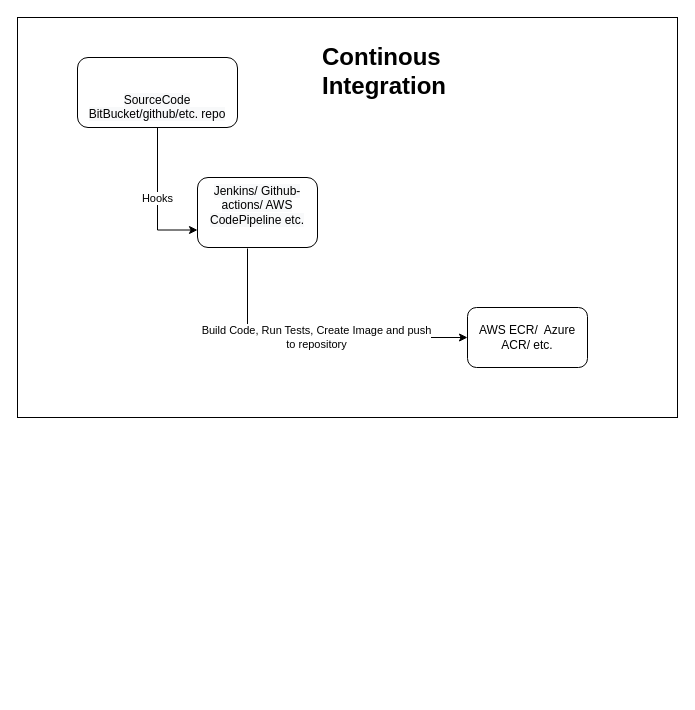
Before: Untitled Diagram.drawio in aryasunny/employee-api, a draw.io diagram. Source tidied: cells renumbered, new cells numbered last; positions are measured from the earlier drawing's top-left corner, leaving out a move shared by most shapes. Both pictures are drawn from the tidied source at 100%, with x=0, y=0 at pixel (17, 17).
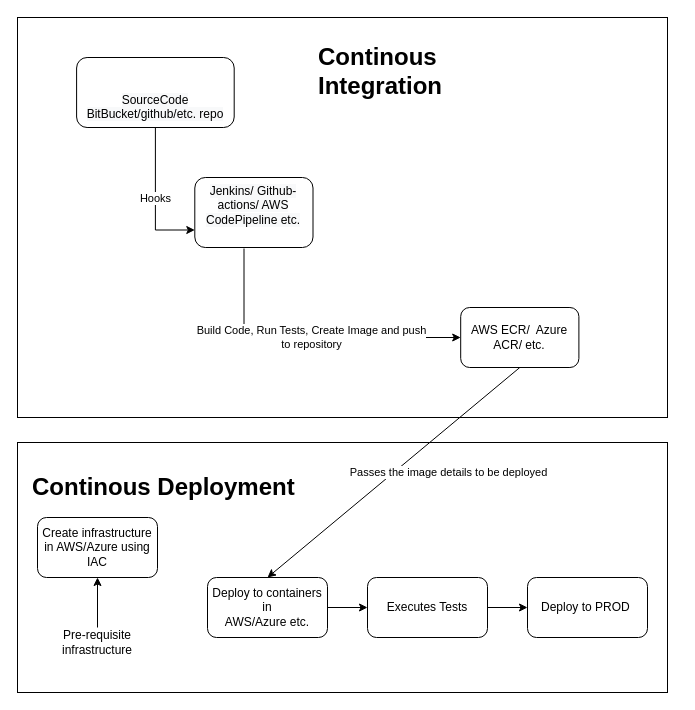
Above is the later version.

What changed in the source:
```diff
@@
+    <mxCell id="11" style="rounded=0;whiteSpace=wrap;html=1;" parent="1" vertex="1">
+      <mxGeometry y="425" width="650" height="250" as="geometry" />
+    </mxCell>
     <mxCell id="2" style="group;" parent="1" vertex="1">
-      <mxGeometry width="660" height="400" as="geometry" />
+      <mxGeometry width="650" height="400" as="geometry" />
     </mxCell>
     <mxCell id="3" style="rounded=0;whiteSpace=wrap;html=1;" parent="2" vertex="1">
-      <mxGeometry width="660" height="400" as="geometry" />
+      <mxGeometry width="650" height="400" as="geometry" />
     </mxCell>
     <mxCell id="4" value="AWS ECR/&amp;nbsp; Azure ACR/ etc." style="rounded=1;whiteSpace=wrap;html=1;" parent="2" vertex="1">
-      <mxGeometry x="450" y="290" width="120" height="60" as="geometry" />
+      <mxGeometry x="443.2" y="290" width="118.2" height="60" as="geometry" />
     </mxCell>
     <mxCell id="5" value="&#10;&lt;span style=&quot;color: rgb(0, 0, 0); font-family: Helvetica; font-size: 12px; font-style: normal; font-variant-ligatures: normal; font-variant-caps: normal; font-weight: 400; letter-spacing: normal; orphans: 2; text-align: center; text-indent: 0px; text-transform: none; widows: 2; word-spacing: 0px; -webkit-text-stroke-width: 0px; background-color: rgb(248, 249, 250); text-decoration-thickness: initial; text-decoration-style: initial; text-decoration-color: initial; float: none; display: inline !important;&quot;&gt;Jenkins/ Github-actions/ AWS CodePipeline etc.&lt;/span&gt;&#10;&#10;" style="rounded=1;whiteSpace=wrap;html=1;" parent="2" vertex="1">
-      <mxGeometry x="180" y="160" width="120" height="70" as="geometry" />
+      <mxGeometry x="177.3" y="160" width="118.2" height="70" as="geometry" />
     </mxCell>
@@
     <mxCell id="7" value="&lt;br&gt;&lt;span style=&quot;color: rgb(0, 0, 0); font-family: Helvetica; font-size: 12px; font-style: normal; font-variant-ligatures: normal; font-variant-caps: normal; font-weight: 400; letter-spacing: normal; orphans: 2; text-align: center; text-indent: 0px; text-transform: none; widows: 2; word-spacing: 0px; -webkit-text-stroke-width: 0px; background-color: rgb(248, 249, 250); text-decoration-thickness: initial; text-decoration-style: initial; text-decoration-color: initial; float: none; display: inline !important;&quot;&gt;&lt;br&gt;SourceCode&lt;/span&gt;&lt;br style=&quot;color: rgb(0, 0, 0); font-family: Helvetica; font-size: 12px; font-style: normal; font-variant-ligatures: normal; font-variant-caps: normal; font-weight: 400; letter-spacing: normal; orphans: 2; text-align: center; text-indent: 0px; text-transform: none; widows: 2; word-spacing: 0px; -webkit-text-stroke-width: 0px; background-color: rgb(248, 249, 250); text-decoration-thickness: initial; text-decoration-style: initial; text-decoration-color: initial;&quot;&gt;&lt;span style=&quot;color: rgb(0, 0, 0); font-family: Helvetica; font-size: 12px; font-style: normal; font-variant-ligatures: normal; font-variant-caps: normal; font-weight: 400; letter-spacing: normal; orphans: 2; text-align: center; text-indent: 0px; text-transform: none; widows: 2; word-spacing: 0px; -webkit-text-stroke-width: 0px; background-color: rgb(248, 249, 250); text-decoration-thickness: initial; text-decoration-style: initial; text-decoration-color: initial; float: none; display: inline !important;&quot;&gt;BitBucket/github/etc. repo&lt;/span&gt;" style="rounded=1;whiteSpace=wrap;html=1;" parent="2" vertex="1">
-      <mxGeometry x="60" y="40" width="160" height="70" as="geometry" />
+      <mxGeometry x="59.1" y="40" width="157.6" height="70" as="geometry" />
     </mxCell>
@@
     <mxCell id="9" value="Build Code, Run Tests, Create Image and push&lt;br&gt;to repository" style="edgeStyle=orthogonalEdgeStyle;rounded=0;jettySize=auto;html=1;entryX=0;entryY=0.5;entryDx=0;entryDy=0;" parent="2" edge="1" target="4">
       <mxGeometry x="0.02" relative="1" as="geometry">
-        <mxPoint x="230" y="231" as="sourcePoint" />
+        <mxPoint x="226.5" y="231" as="sourcePoint" />
         <Array as="points">
-          <mxPoint x="230" y="231" />
-          <mxPoint x="230" y="320" />
-          <mxPoint x="370" y="320" />
+          <mxPoint x="226.5" y="231" />
+          <mxPoint x="226.5" y="320" />
+          <mxPoint x="364.4" y="320" />
         </Array>
       </mxGeometry>
     </mxCell>
     <mxCell id="10" value="&lt;h1&gt;&lt;span style=&quot;background-color: initial;&quot;&gt;Continous Integration&lt;/span&gt;&lt;br&gt;&lt;/h1&gt;" style="text;html=1;strokeColor=none;fillColor=none;spacing=5;spacingTop=-20;whiteSpace=wrap;overflow=hidden;rounded=0;" parent="2" vertex="1">
-      <mxGeometry x="300" y="20" width="190" height="120" as="geometry" />
+      <mxGeometry x="295.5" y="20" width="187.1" height="120" as="geometry" />
     </mxCell>
+    <mxCell id="12" value="Create infrastructure in AWS/Azure using IAC" style="rounded=1;whiteSpace=wrap;html=1;" parent="1" vertex="1">
+      <mxGeometry x="20" y="500" width="120" height="60" as="geometry" />
+    </mxCell>
+    <mxCell id="13" value="Deploy to containers in&lt;br&gt;&amp;nbsp;AWS/Azure etc.&amp;nbsp;" style="rounded=1;whiteSpace=wrap;html=1;" parent="1" vertex="1">
+      <mxGeometry x="190" y="560" width="120" height="60" as="geometry" />
+    </mxCell>
+    <mxCell id="14" style="edgeStyle=orthogonalEdgeStyle;rounded=0;jettySize=auto;html=1;exitX=1;exitY=0.5;exitDx=0;exitDy=0;entryX=0;entryY=0.5;entryDx=0;entryDy=0;" parent="1" edge="1" source="15" target="16">
+      <mxGeometry relative="1" as="geometry" />
+    </mxCell>
+    <mxCell id="15" value="Executes Tests" style="rounded=1;whiteSpace=wrap;html=1;" parent="1" vertex="1">
+      <mxGeometry x="350" y="560" width="120" height="60" as="geometry" />
+    </mxCell>
+    <mxCell id="16" value="Deploy to PROD&amp;nbsp;" style="rounded=1;whiteSpace=wrap;html=1;" parent="1" vertex="1">
+      <mxGeometry x="510" y="560" width="120" height="60" as="geometry" />
+    </mxCell>
+    <mxCell id="17" style="endArrow=classic;html=1;rounded=0;entryX=0.5;entryY=1;entryDx=0;entryDy=0;" parent="1" edge="1" target="12">
+      <mxGeometry relative="1" as="geometry">
+        <mxPoint x="80" y="610" as="sourcePoint" />
+      </mxGeometry>
+    </mxCell>
+    <mxCell id="18" value="Pre-requisite infrastructure" style="text;html=1;strokeColor=none;fillColor=none;align=center;verticalAlign=middle;whiteSpace=wrap;rounded=0;" parent="1" vertex="1">
+      <mxGeometry x="30" y="610" width="100" height="30" as="geometry" />
+    </mxCell>
+    <mxCell id="19" value="&lt;h1&gt;&lt;span style=&quot;background-color: initial;&quot;&gt;Continous Deployment&lt;/span&gt;&lt;br&gt;&lt;/h1&gt;" style="text;html=1;strokeColor=none;fillColor=none;spacing=5;spacingTop=-20;whiteSpace=wrap;overflow=hidden;rounded=0;" parent="1" vertex="1">
+      <mxGeometry x="10" y="450" width="310" height="70" as="geometry" />
+    </mxCell>
+    <mxCell id="20" style="edgeStyle=orthogonalEdgeStyle;rounded=0;orthogonalLoop=1;jettySize=auto;html=1;exitX=0.5;exitY=1;exitDx=0;exitDy=0;" parent="1" edge="1" source="19" target="19">
+      <mxGeometry relative="1" as="geometry" />
+    </mxCell>
+    <mxCell id="21" style="endArrow=classic;html=1;rounded=0;exitX=0.5;exitY=1;exitDx=0;exitDy=0;entryX=0.5;entryY=0;entryDx=0;entryDy=0;" parent="1" edge="1" source="4" target="13">
+      <mxGeometry relative="1" as="geometry" />
+    </mxCell>
+    <mxCell id="22" value="Passes the image details to be deployed" style="edgeLabel;html=1;align=center;verticalAlign=middle;" parent="21" vertex="1">
+      <mxGeometry relative="1" as="geometry">
+        <mxPoint x="54" as="offset" />
+      </mxGeometry>
+    </mxCell>
+    <mxCell id="23" style="endArrow=classic;html=1;rounded=0;exitX=1;exitY=0.5;exitDx=0;exitDy=0;entryX=0;entryY=0.5;entryDx=0;entryDy=0;" parent="1" edge="1" source="13" target="15">
+      <mxGeometry relative="1" as="geometry" />
+    </mxCell>
```
